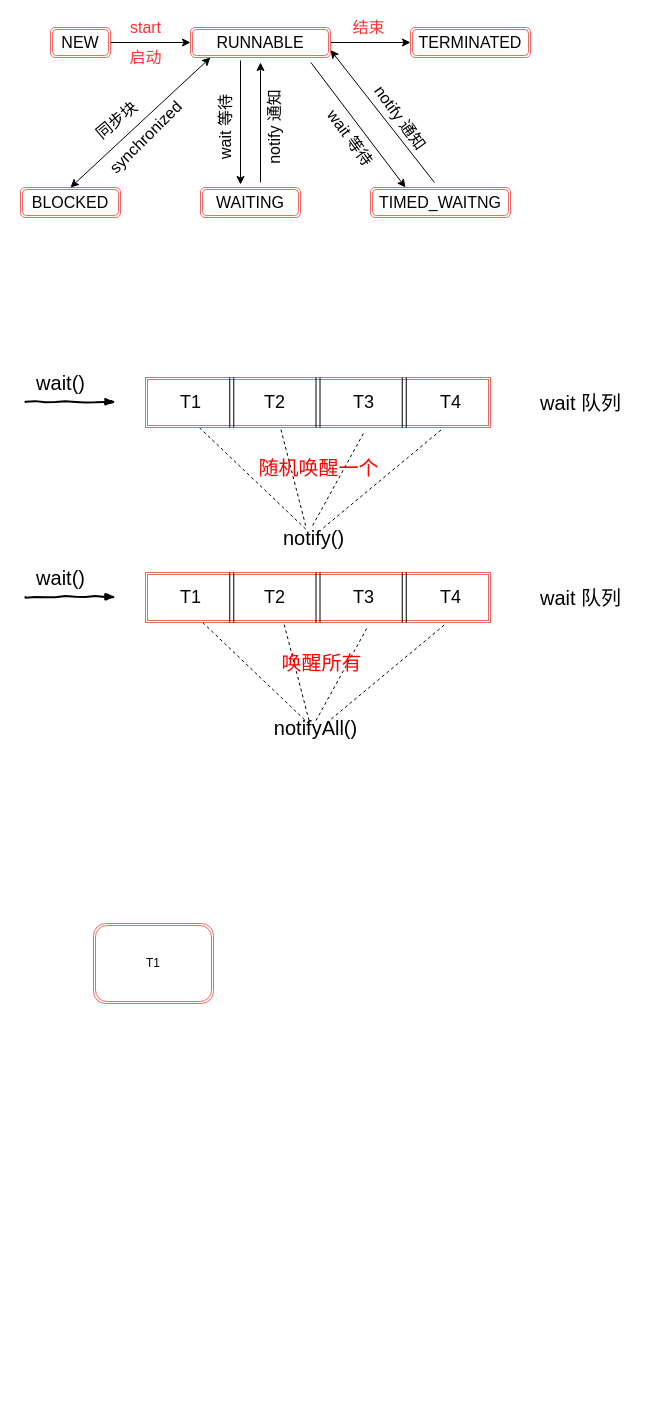
Before: 并发程序基础.drawio in C-wx/MindManager, a draw.io diagram. Source tidied: cells renumbered, new cells numbered last; positions are measured from the earlier drawing's top-left corner, leaving out a move shared by most shapes. Both pictures are drawn from the tidied source at 100%, with x=0, y=0 at pixel (20, 17).
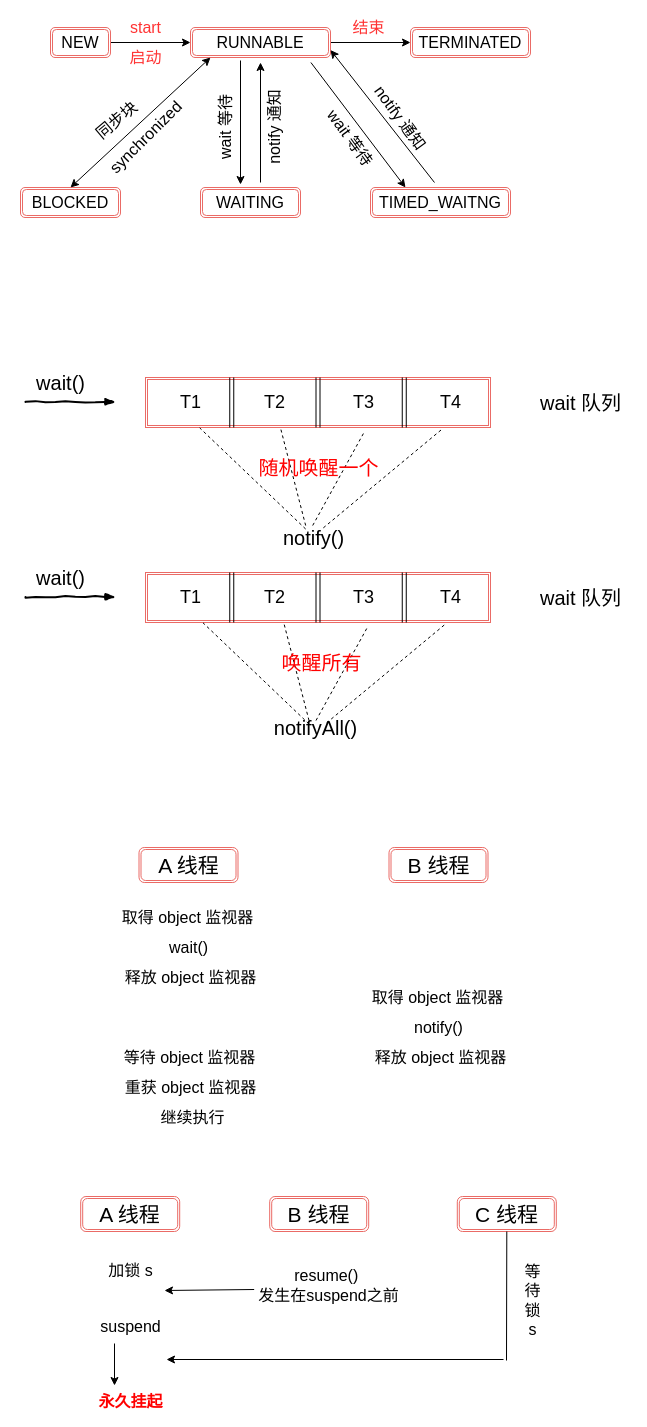
After the change.

Commit message:
更新并发程序基础.drawio

The edit, as a diff of the source:
```diff
@@
-    <mxCell id="58" value="T1" style="shape=ext;double=1;rounded=1;whiteSpace=wrap;html=1;strokeColor=#EA6B66;" parent="1" vertex="1">
-      <mxGeometry x="73" y="906" width="120" height="80" as="geometry" />
+    <mxCell id="58" value="&lt;font style=&quot;font-size: 21px&quot;&gt;A 线程&lt;/font&gt;" style="shape=ext;double=1;rounded=1;whiteSpace=wrap;html=1;strokeColor=#EA6B66;" parent="1" vertex="1">
+      <mxGeometry x="118.5" y="830" width="99" height="35" as="geometry" />
     </mxCell>
+    <mxCell id="59" value="&lt;span style=&quot;font-size: 21px&quot;&gt;B 线程&lt;/span&gt;" style="shape=ext;double=1;rounded=1;whiteSpace=wrap;html=1;strokeColor=#EA6B66;" parent="1" vertex="1">
+      <mxGeometry x="368.5" y="830" width="99" height="35" as="geometry" />
+    </mxCell>
+    <mxCell id="60" value="&lt;font style=&quot;font-size: 16px&quot;&gt;取得 object 监视器&lt;/font&gt;" style="text;html=1;align=center;verticalAlign=middle;" parent="1" vertex="1">
+      <mxGeometry x="92" y="890" width="150" height="20" as="geometry" />
+    </mxCell>
+    <mxCell id="61" value="&lt;span style=&quot;font-size: 16px&quot;&gt;wait()&lt;/span&gt;" style="text;html=1;align=center;verticalAlign=middle;" parent="1" vertex="1">
+      <mxGeometry x="143" y="920" width="50" height="20" as="geometry" />
+    </mxCell>
+    <mxCell id="62" value="&lt;span style=&quot;font-size: 16px&quot;&gt;释放 object 监视器&lt;/span&gt;" style="text;html=1;align=center;verticalAlign=middle;" parent="1" vertex="1">
+      <mxGeometry x="95" y="950" width="150" height="20" as="geometry" />
+    </mxCell>
+    <mxCell id="63" value="&lt;font style=&quot;font-size: 16px&quot;&gt;取得 object 监视器&lt;/font&gt;" style="text;html=1;align=center;verticalAlign=middle;" parent="1" vertex="1">
+      <mxGeometry x="341.5" y="970" width="150" height="20" as="geometry" />
+    </mxCell>
+    <mxCell id="64" value="&lt;span style=&quot;font-size: 16px&quot;&gt;notify()&lt;/span&gt;" style="text;html=1;align=center;verticalAlign=middle;" parent="1" vertex="1">
+      <mxGeometry x="387.5" y="1000" width="60" height="20" as="geometry" />
+    </mxCell>
+    <mxCell id="65" value="&lt;span style=&quot;font-size: 16px&quot;&gt;释放 object 监视器&lt;/span&gt;" style="text;html=1;align=center;verticalAlign=middle;" parent="1" vertex="1">
+      <mxGeometry x="344.5" y="1030" width="150" height="20" as="geometry" />
+    </mxCell>
+    <mxCell id="66" value="&lt;font style=&quot;font-size: 16px&quot;&gt;等待 object 监视器&lt;/font&gt;" style="text;html=1;align=center;verticalAlign=middle;" parent="1" vertex="1">
+      <mxGeometry x="94" y="1030" width="150" height="20" as="geometry" />
+    </mxCell>
+    <mxCell id="67" value="&lt;span style=&quot;font-size: 16px&quot;&gt;重获 object 监视器&lt;/span&gt;" style="text;html=1;align=center;verticalAlign=middle;" parent="1" vertex="1">
+      <mxGeometry x="95" y="1060" width="150" height="20" as="geometry" />
+    </mxCell>
+    <mxCell id="68" value="&lt;span style=&quot;font-size: 16px&quot;&gt;继续执行&lt;/span&gt;" style="text;html=1;align=center;verticalAlign=middle;" parent="1" vertex="1">
+      <mxGeometry x="132" y="1090" width="80" height="20" as="geometry" />
+    </mxCell>
+    <mxCell id="69" value="&lt;font style=&quot;font-size: 21px&quot;&gt;A 线程&lt;/font&gt;" style="shape=ext;double=1;rounded=1;whiteSpace=wrap;html=1;strokeColor=#EA6B66;" parent="1" vertex="1">
+      <mxGeometry x="60.2" y="1179" width="99" height="35" as="geometry" />
+    </mxCell>
+    <mxCell id="70" value="&lt;span style=&quot;font-size: 21px&quot;&gt;B 线程&lt;/span&gt;" style="shape=ext;double=1;rounded=1;whiteSpace=wrap;html=1;strokeColor=#EA6B66;" parent="1" vertex="1">
+      <mxGeometry x="249.2" y="1179" width="99" height="35" as="geometry" />
+    </mxCell>
+    <mxCell id="71" value="&lt;span style=&quot;font-size: 21px&quot;&gt;C 线程&lt;/span&gt;" style="shape=ext;double=1;rounded=1;whiteSpace=wrap;html=1;strokeColor=#EA6B66;" parent="1" vertex="1">
+      <mxGeometry x="436.8" y="1179" width="99" height="35" as="geometry" />
+    </mxCell>
+    <mxCell id="72" value="&lt;span style=&quot;font-size: 16px&quot;&gt;加锁 s&lt;/span&gt;" style="text;html=1;align=center;verticalAlign=middle;" parent="1" vertex="1">
+      <mxGeometry x="83" y="1243" width="54" height="19" as="geometry" />
+    </mxCell>
+    <mxCell id="73" value="&lt;span style=&quot;font-size: 16px&quot;&gt;suspend&lt;/span&gt;" style="text;html=1;align=center;verticalAlign=middle;" parent="1" vertex="1">
+      <mxGeometry x="74.2" y="1299" width="71" height="19" as="geometry" />
+    </mxCell>
+    <mxCell id="74" value="&lt;span style=&quot;font-size: 16px&quot;&gt;resume()&amp;nbsp;&lt;br&gt;发生在suspend之前&lt;br&gt;&lt;/span&gt;" style="text;html=1;align=center;verticalAlign=middle;points=[];" parent="1" vertex="1">
+      <mxGeometry x="232" y="1251" width="151" height="34" as="geometry" />
+    </mxCell>
+    <mxCell id="75" style="endArrow=classic;html=1;exitX=0.011;exitY=0.618;exitDx=0;exitDy=0;exitPerimeter=0;" parent="1" edge="1" source="74">
+      <mxGeometry relative="1" as="geometry">
+        <mxPoint x="144" y="1273" as="targetPoint" />
+      </mxGeometry>
+    </mxCell>
+    <mxCell id="76" style="endArrow=none;html=1;entryX=0.5;entryY=1;entryDx=0;entryDy=0;" parent="1" edge="1" target="71">
+      <mxGeometry relative="1" as="geometry">
+        <mxPoint x="486" y="1343" as="sourcePoint" />
+      </mxGeometry>
+    </mxCell>
+    <mxCell id="77" style="endArrow=classic;html=1;" parent="1" edge="1">
+      <mxGeometry relative="1" as="geometry">
+        <mxPoint x="483" y="1342" as="sourcePoint" />
+        <mxPoint x="146" y="1342" as="targetPoint" />
+      </mxGeometry>
+    </mxCell>
+    <mxCell id="78" value="&lt;font style=&quot;font-size: 16px&quot;&gt;等&lt;br&gt;待&lt;br&gt;锁&lt;br&gt;s&lt;/font&gt;" style="text;html=1;align=center;verticalAlign=middle;" parent="1" vertex="1">
+      <mxGeometry x="499" y="1251" width="26" height="64" as="geometry" />
+    </mxCell>
+    <mxCell id="79" style="endArrow=classic;html=1;" parent="1" edge="1">
+      <mxGeometry relative="1" as="geometry">
+        <mxPoint x="94" y="1326" as="sourcePoint" />
+        <mxPoint x="94" y="1368" as="targetPoint" />
+      </mxGeometry>
+    </mxCell>
+    <mxCell id="80" value="&lt;span style=&quot;font-size: 16px&quot;&gt;&lt;b&gt;&lt;font color=&quot;#ff0000&quot;&gt;永久挂起&lt;/font&gt;&lt;/b&gt;&lt;/span&gt;" style="text;html=1;align=center;verticalAlign=middle;" parent="1" vertex="1">
+      <mxGeometry x="73" y="1374" width="74" height="19" as="geometry" />
+    </mxCell>
```
